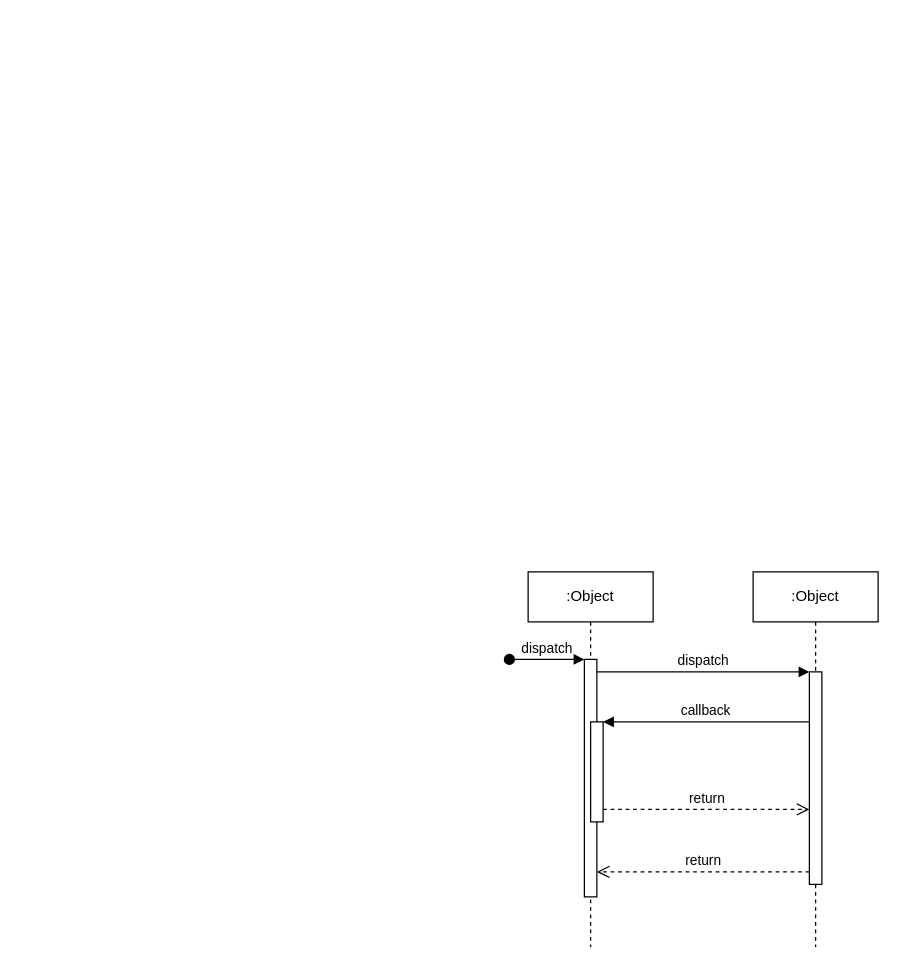
Above: Login.drawio in AvinashMahala/SE1_Project (draw.io), before the change. Source tidied: cells renumbered, new cells numbered last; positions are measured from the earlier drawing's top-left corner, leaving out a move shared by most shapes. Both pictures are drawn from the tidied source at 125%, with x=0, y=0 at pixel (509, 571).
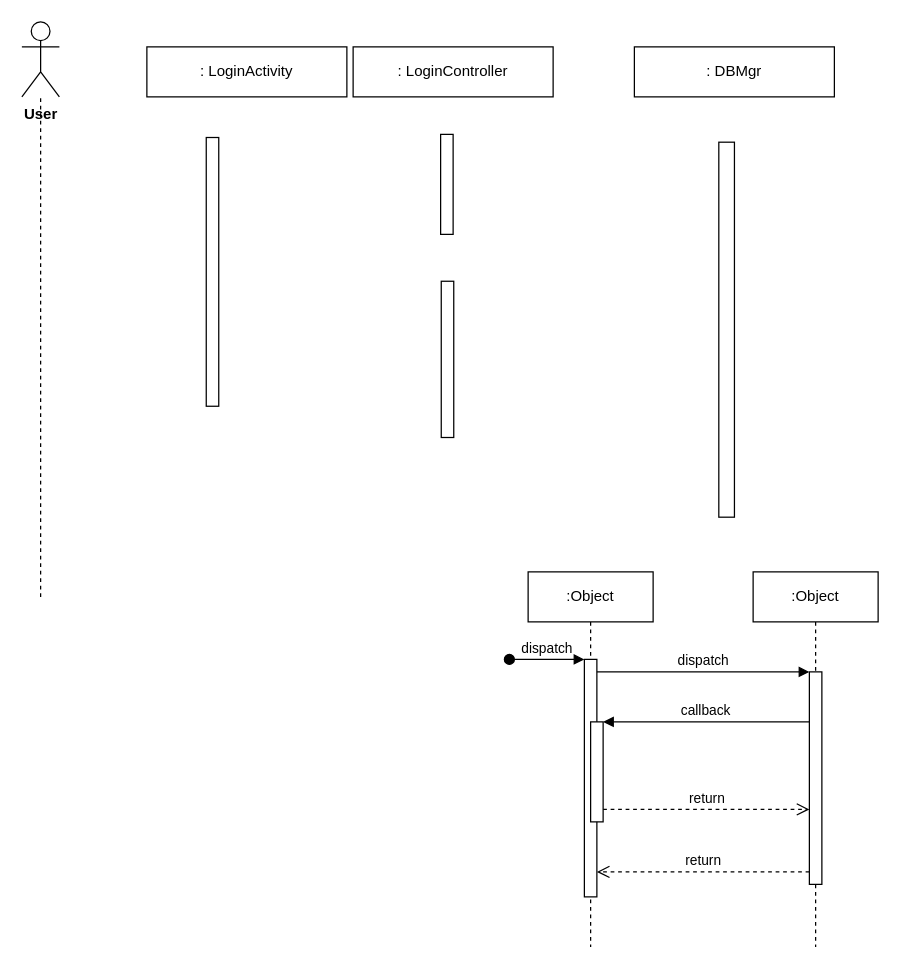
Above is the later version.

The edit, as a diff of the source:
```diff
@@
+    <mxCell id="12" style="endArrow=none;dashed=1;html=1;rounded=0;" parent="1" edge="1" target="13">
+      <mxGeometry relative="1" as="geometry">
+        <mxPoint x="-375" y="20" as="sourcePoint" />
+      </mxGeometry>
+    </mxCell>
@@
+    <mxCell id="13" value="&lt;b&gt;User&lt;/b&gt;" style="shape=umlActor;verticalLabelPosition=bottom;verticalAlign=top;html=1;outlineConnect=0;" parent="1" vertex="1">
+      <mxGeometry x="-390" y="-440" width="30" height="60" as="geometry" />
+    </mxCell>
+    <mxCell id="14" value=": LoginActivity" style="rounded=0;whiteSpace=wrap;html=1;" parent="1" vertex="1">
+      <mxGeometry x="-290" y="-420" width="160" height="40" as="geometry" />
+    </mxCell>
+    <mxCell id="15" value=": LoginController" style="rounded=0;whiteSpace=wrap;html=1;" parent="1" vertex="1">
+      <mxGeometry x="-125" y="-420" width="160" height="40" as="geometry" />
+    </mxCell>
+    <mxCell id="16" value=": DBMgr" style="rounded=0;whiteSpace=wrap;html=1;" parent="1" vertex="1">
+      <mxGeometry x="100" y="-420" width="160" height="40" as="geometry" />
+    </mxCell>
+    <mxCell id="17" style="rounded=0;whiteSpace=wrap;html=1;rotation=90;" parent="1" vertex="1">
+      <mxGeometry x="-345" y="-245" width="215" height="10" as="geometry" />
+    </mxCell>
+    <mxCell id="18" style="rounded=0;whiteSpace=wrap;html=1;rotation=90;" parent="1" vertex="1">
+      <mxGeometry x="-112" y="-175" width="125" height="10" as="geometry" />
+    </mxCell>
+    <mxCell id="19" style="rounded=0;whiteSpace=wrap;html=1;rotation=90;" parent="1" vertex="1">
+      <mxGeometry x="-90" y="-315" width="80" height="10" as="geometry" />
+    </mxCell>
+    <mxCell id="20" style="rounded=0;whiteSpace=wrap;html=1;rotation=90;" parent="1" vertex="1">
+      <mxGeometry x="23.8" y="-200" width="300" height="12.5" as="geometry" />
+    </mxCell>
```
